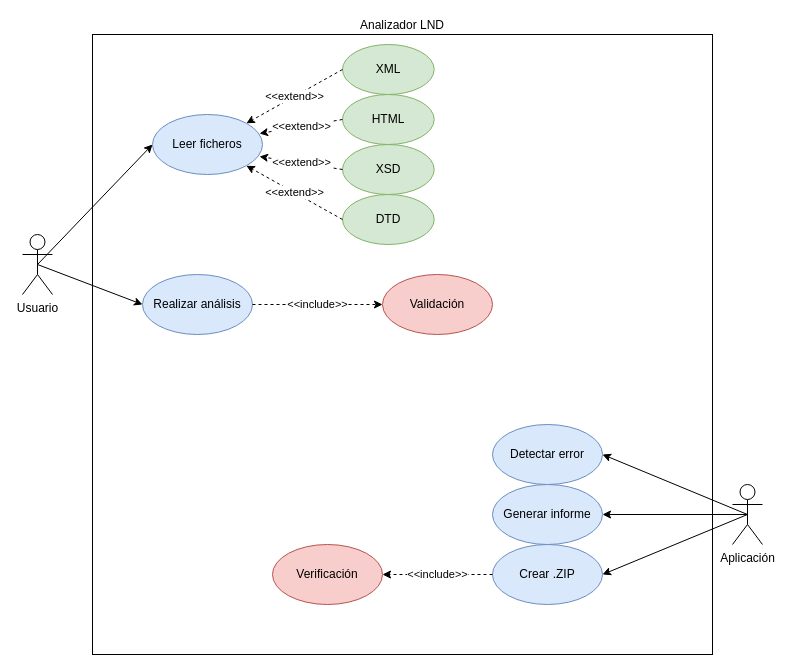
Above: LND.drawio in vmcabreu/calculoarea (draw.io), before the change. Source tidied: cells renumbered, new cells numbered last; positions are measured from the earlier drawing's top-left corner, leaving out a move shared by most shapes. Both pictures are drawn from the tidied source at 100%, with x=0, y=0 at pixel (22, 34).
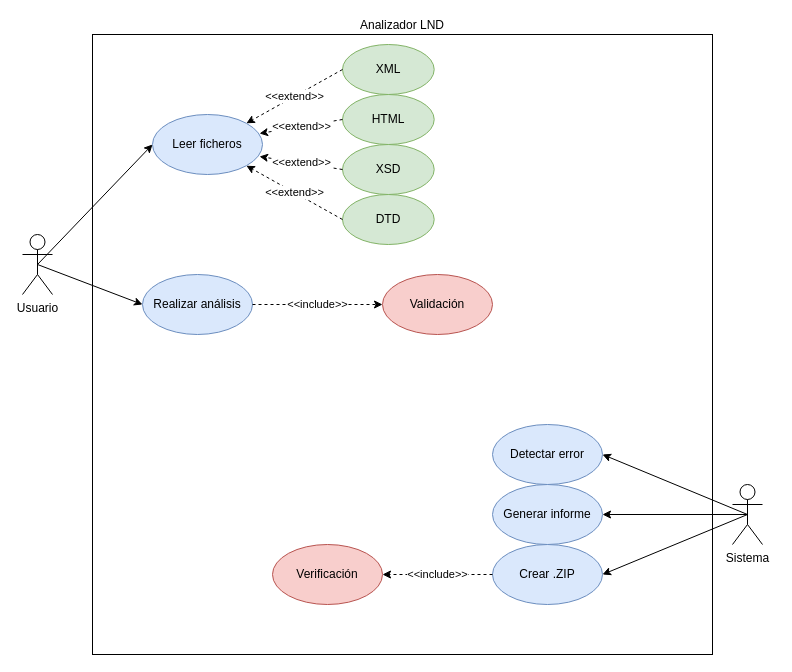
After the change.

Change to the diagram source:
```diff
@@
-    <mxCell id="10" value="Aplicación" style="shape=umlActor;verticalLabelPosition=bottom;verticalAlign=top;html=1;outlineConnect=0;" parent="1" vertex="1">
+    <mxCell id="10" value="Sistema" style="shape=umlActor;verticalLabelPosition=bottom;verticalAlign=top;html=1;outlineConnect=0;" parent="1" vertex="1">
       <mxGeometry x="710" y="450" width="30" height="60" as="geometry" />
     </mxCell>
```
